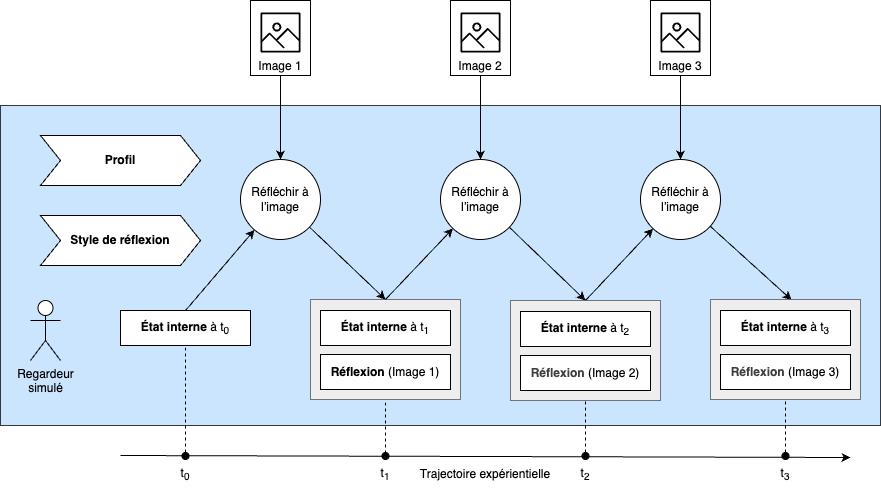
This is docs/stateful-viewing-process.fr.png from fredericbenard/stateful-viewers, a draw.io export, as it was before one commit. Source tidied: cells renumbered, new cells last; positions are measured from the earlier drawing's top-left corner, leaving out a move shared by most shapes.
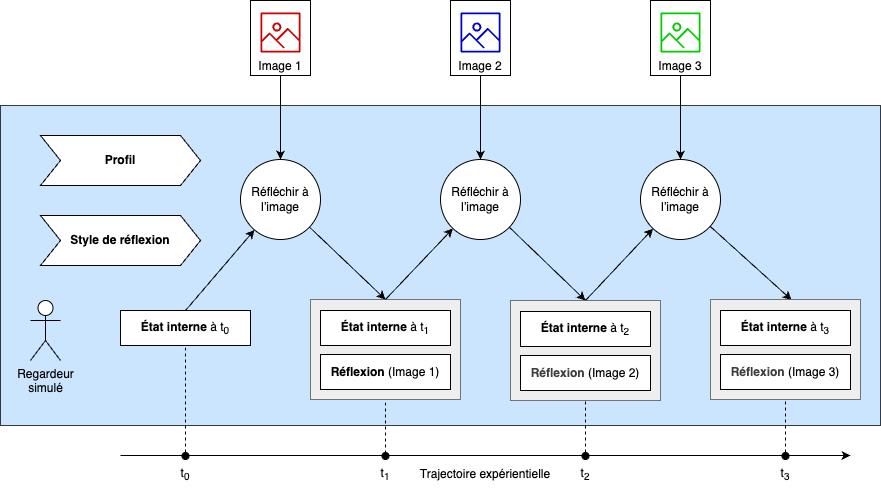
Later version of the same file.

The edit, as a diff of the source:
```diff
@@ -64,7 +64,7 @@
     </mxCell>
     <mxCell id="22" style="endArrow=none;html=1;endFill=0;startArrow=classic;startFill=1;" parent="1" edge="1">
       <mxGeometry relative="1" as="geometry">
-        <mxPoint x="850" y="457" as="sourcePoint" />
+        <mxPoint x="850" y="455" as="sourcePoint" />
         <mxPoint x="120" y="455" as="targetPoint" />
       </mxGeometry>
     </mxCell>
@@ -132,19 +132,19 @@
     <mxCell id="42" value="&lt;b style=&quot;color: rgb(63, 63, 63); scrollbar-color: rgb(226, 226, 226) rgb(251, 251, 251);&quot;&gt;Réflexion&lt;/b&gt;&lt;span style=&quot;scrollbar-color: rgb(226, 226, 226) rgb(251, 251, 251); color: rgb(0, 0, 0);&quot;&gt;&amp;nbsp;(Image 3)&lt;/span&gt;" style="rounded=0;whiteSpace=wrap;html=1;" parent="1" vertex="1">
       <mxGeometry x="720" y="354" width="130" height="35" as="geometry" />
     </mxCell>
-    <mxCell id="43" style="sketch=0;fontColor=#232F3E;gradientColor=none;fillColor=#000000;strokeColor=none;dashed=0;verticalLabelPosition=bottom;verticalAlign=top;align=center;html=1;fontSize=12;fontStyle=0;shape=mxgraph.aws4.container_registry_image;" parent="1" vertex="1">
+    <mxCell id="43" style="sketch=0;fontColor=#232F3E;gradientColor=none;fillColor=#CC0000;strokeColor=none;dashed=0;verticalLabelPosition=bottom;verticalAlign=top;align=center;html=1;fontSize=12;fontStyle=0;shape=mxgraph.aws4.container_registry_image;" parent="1" vertex="1">
       <mxGeometry x="260" y="12" width="40" height="40" as="geometry" />
     </mxCell>
     <mxCell id="44" value="Imag&lt;span style=&quot;color: rgba(0, 0, 0, 0); font-family: monospace; font-size: 0px;&quot;&gt;%3CmxGraphModel%3E%3Croot%3E%3CmxCell%20id%3D%220%22%2F%3E%3CmxCell%20id%3D%221%22%20parent%3D%220%22%2F%3E%3CmxCell%20id%3D%222%22%20value%3D%22Profile%22%20style%3D%22rounded%3D0%3BwhiteSpace%3Dwrap%3Bhtml%3D1%3B%22%20vertex%3D%221%22%20parent%3D%221%22%3E%3CmxGeometry%20x%3D%2290%22%20y%3D%22260%22%20width%3D%22120%22%20height%3D%2260%22%20as%3D%22geometry%22%2F%3E%3C%2FmxCell%3E%3C%2Froot%3E%3C%2FmxGraphModel%3E&lt;/span&gt;e 2&lt;span style=&quot;color: rgba(0, 0, 0, 0); font-family: monospace; font-size: 0px;&quot;&gt;%3CmxGraphModel%3E%3Croot%3E%3CmxCell%20id%3D%220%22%2F%3E%3CmxCell%20id%3D%221%22%20parent%3D%220%22%2F%3E%3CmxCell%20id%3D%222%22%20value%3D%22Profile%22%20style%3D%22rounded%3D0%3BwhiteSpace%3Dwrap%3Bhtml%3D1%3B%22%20vertex%3D%221%22%20parent%3D%221%22%3E%3CmxGeometry%20x%3D%2290%22%20y%3D%22260%22%20width%3D%22120%22%20height%3D%2260%22%20as%3D%22geometry%22%2F%3E%3C%2FmxCell%3E%3C%2Froot%3E%3C%2FmxGraphModel%3E&lt;/span&gt;" style="rounded=0;whiteSpace=wrap;html=1;align=center;verticalAlign=bottom;" parent="1" vertex="1">
       <mxGeometry x="450" width="60" height="75" as="geometry" />
     </mxCell>
-    <mxCell id="45" style="sketch=0;fontColor=#232F3E;gradientColor=none;fillColor=#000000;strokeColor=none;dashed=0;verticalLabelPosition=bottom;verticalAlign=top;align=center;html=1;fontSize=12;fontStyle=0;shape=mxgraph.aws4.container_registry_image;" parent="1" vertex="1">
+    <mxCell id="45" style="sketch=0;fontColor=#232F3E;gradientColor=none;fillColor=#0000CC;strokeColor=none;dashed=0;verticalLabelPosition=bottom;verticalAlign=top;align=center;html=1;fontSize=12;fontStyle=0;shape=mxgraph.aws4.container_registry_image;" parent="1" vertex="1">
       <mxGeometry x="460" y="12" width="40" height="40" as="geometry" />
     </mxCell>
     <mxCell id="46" value="Imag&lt;span style=&quot;color: rgba(0, 0, 0, 0); font-family: monospace; font-size: 0px;&quot;&gt;%3CmxGraphModel%3E%3Croot%3E%3CmxCell%20id%3D%220%22%2F%3E%3CmxCell%20id%3D%221%22%20parent%3D%220%22%2F%3E%3CmxCell%20id%3D%222%22%20value%3D%22Profile%22%20style%3D%22rounded%3D0%3BwhiteSpace%3Dwrap%3Bhtml%3D1%3B%22%20vertex%3D%221%22%20parent%3D%221%22%3E%3CmxGeometry%20x%3D%2290%22%20y%3D%22260%22%20width%3D%22120%22%20height%3D%2260%22%20as%3D%22geometry%22%2F%3E%3C%2FmxCell%3E%3C%2Froot%3E%3C%2FmxGraphModel%3E&lt;/span&gt;e 3&lt;span style=&quot;color: rgba(0, 0, 0, 0); font-family: monospace; font-size: 0px;&quot;&gt;%3CmxGraphModel%3E%3Croot%3E%3CmxCell%20id%3D%220%22%2F%3E%3CmxCell%20id%3D%221%22%20parent%3D%220%22%2F%3E%3CmxCell%20id%3D%222%22%20value%3D%22Profile%22%20style%3D%22rounded%3D0%3BwhiteSpace%3Dwrap%3Bhtml%3D1%3B%22%20vertex%3D%221%22%20parent%3D%221%22%3E%3CmxGeometry%20x%3D%2290%22%20y%3D%22260%22%20width%3D%22120%22%20height%3D%2260%22%20as%3D%22geometry%22%2F%3E%3C%2FmxCell%3E%3C%2Froot%3E%3C%2FmxGraphModel%3E&lt;/span&gt;" style="rounded=0;whiteSpace=wrap;html=1;align=center;verticalAlign=bottom;" parent="1" vertex="1">
       <mxGeometry x="650" width="60" height="75" as="geometry" />
     </mxCell>
-    <mxCell id="47" style="sketch=0;fontColor=#232F3E;gradientColor=none;fillColor=#000000;strokeColor=none;dashed=0;verticalLabelPosition=bottom;verticalAlign=top;align=center;html=1;fontSize=12;fontStyle=0;shape=mxgraph.aws4.container_registry_image;" parent="1" vertex="1">
+    <mxCell id="47" style="sketch=0;fontColor=#232F3E;gradientColor=none;fillColor=#00CC00;strokeColor=none;dashed=0;verticalLabelPosition=bottom;verticalAlign=top;align=center;html=1;fontSize=12;fontStyle=0;shape=mxgraph.aws4.container_registry_image;" parent="1" vertex="1">
       <mxGeometry x="660" y="12" width="40" height="40" as="geometry" />
     </mxCell>
   </root>
```
